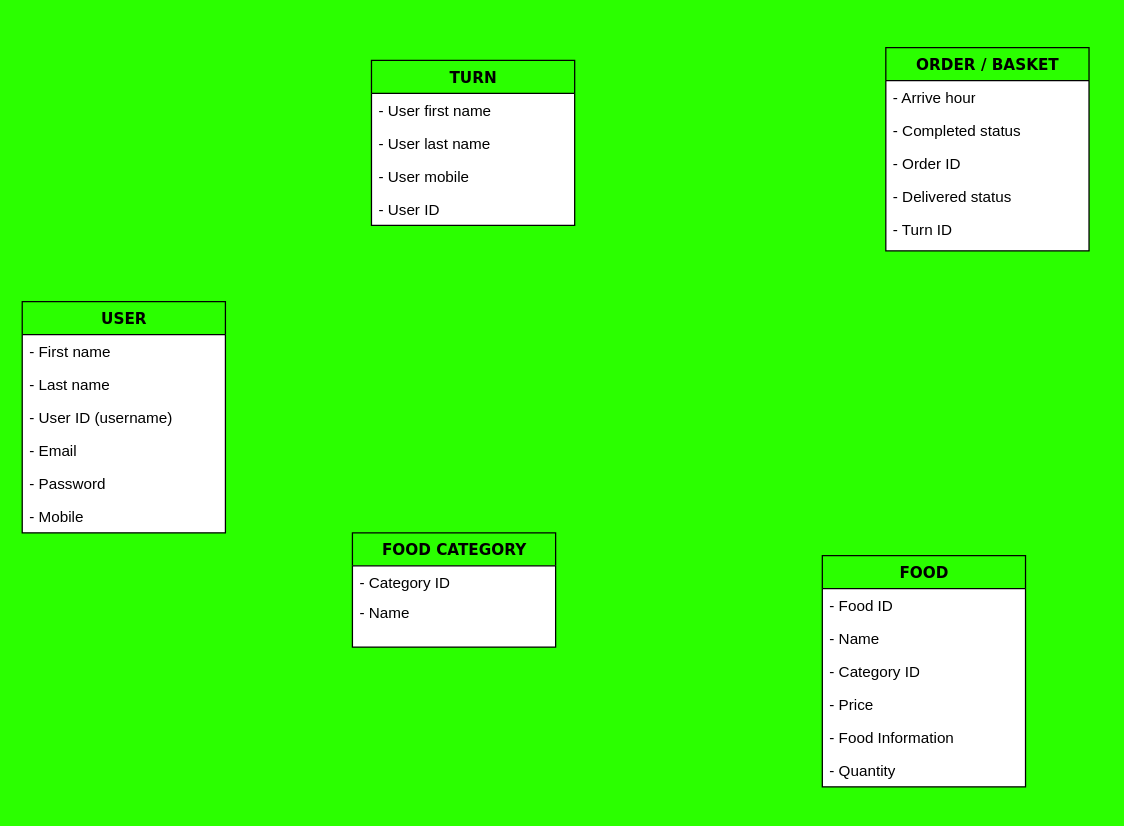
VictorJ-Ch/Cafeteria-Menu keeps this draw.io diagram as 名称未設定ファイル.drawio. Above is the earlier version. Source tidied: cells renumbered, new cells numbered last; positions are measured from the earlier drawing's top-left corner, leaving out a move shared by most shapes. Both pictures are drawn from the tidied source at 127%, with x=0, y=0 at pixel (22, 47).
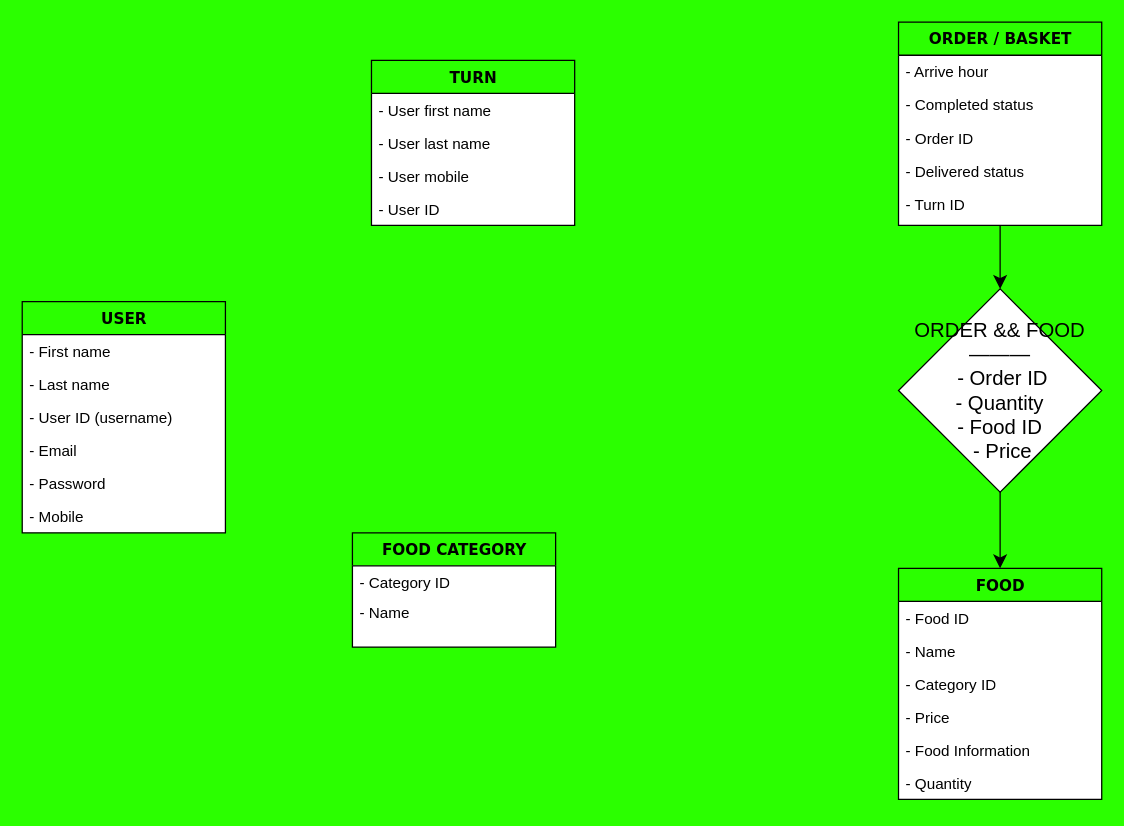
The same diagram, later.

Commit message:
ConectorOrder&&FoodReady

What changed in the source:
```diff
@@
     <mxCell id="2" value="FOOD" style="swimlane;html=1;fontStyle=1;align=center;verticalAlign=top;horizontal=1;startSize=26;swimlaneFillColor=#ffffff;rounded=0;shadow=0;comic=0;labelBackgroundColor=none;strokeWidth=1;fillColor=none;fontFamily=Verdana;fontSize=12;" parent="1" vertex="1">
-      <mxGeometry x="630" y="400" width="160" height="182" as="geometry" />
+      <mxGeometry x="690" y="410" width="160" height="182" as="geometry" />
     </mxCell>
@@
+    <mxCell id="30" style="edgeStyle=none;curved=1;rounded=0;jettySize=auto;html=1;fontSize=12;startSize=8;endSize=8;" parent="1" edge="1" source="9" target="32">
+      <mxGeometry relative="1" as="geometry" />
+    </mxCell>
     <mxCell id="9" value="ORDER / BASKET" style="swimlane;html=1;fontStyle=1;align=center;verticalAlign=top;horizontal=1;startSize=26;swimlaneFillColor=#ffffff;rounded=0;shadow=0;comic=0;labelBackgroundColor=none;strokeWidth=1;fillColor=none;fontFamily=Verdana;fontSize=12;" parent="1" vertex="1">
-      <mxGeometry x="680" width="160" height="160" as="geometry" />
+      <mxGeometry x="690" y="-20" width="160" height="160" as="geometry" />
     </mxCell>
@@
+    <mxCell id="31" style="edgeStyle=none;curved=1;rounded=0;jettySize=auto;html=1;entryX=0.5;entryY=0;entryDx=0;entryDy=0;fontSize=12;startSize=8;endSize=8;" parent="1" edge="1" source="32" target="2">
+      <mxGeometry relative="1" as="geometry" />
+    </mxCell>
+    <mxCell id="32" value="ORDER &amp;amp;&amp;amp; FOOD———&lt;br&gt;&amp;nbsp;- Order ID&lt;br&gt;- Quantity&lt;br&gt;- Food ID&lt;br&gt;&amp;nbsp;- Price" style="rhombus;whiteSpace=wrap;html=1;fontSize=16;" parent="1" vertex="1">
+      <mxGeometry x="690" y="190" width="160" height="160" as="geometry" />
+    </mxCell>
```
